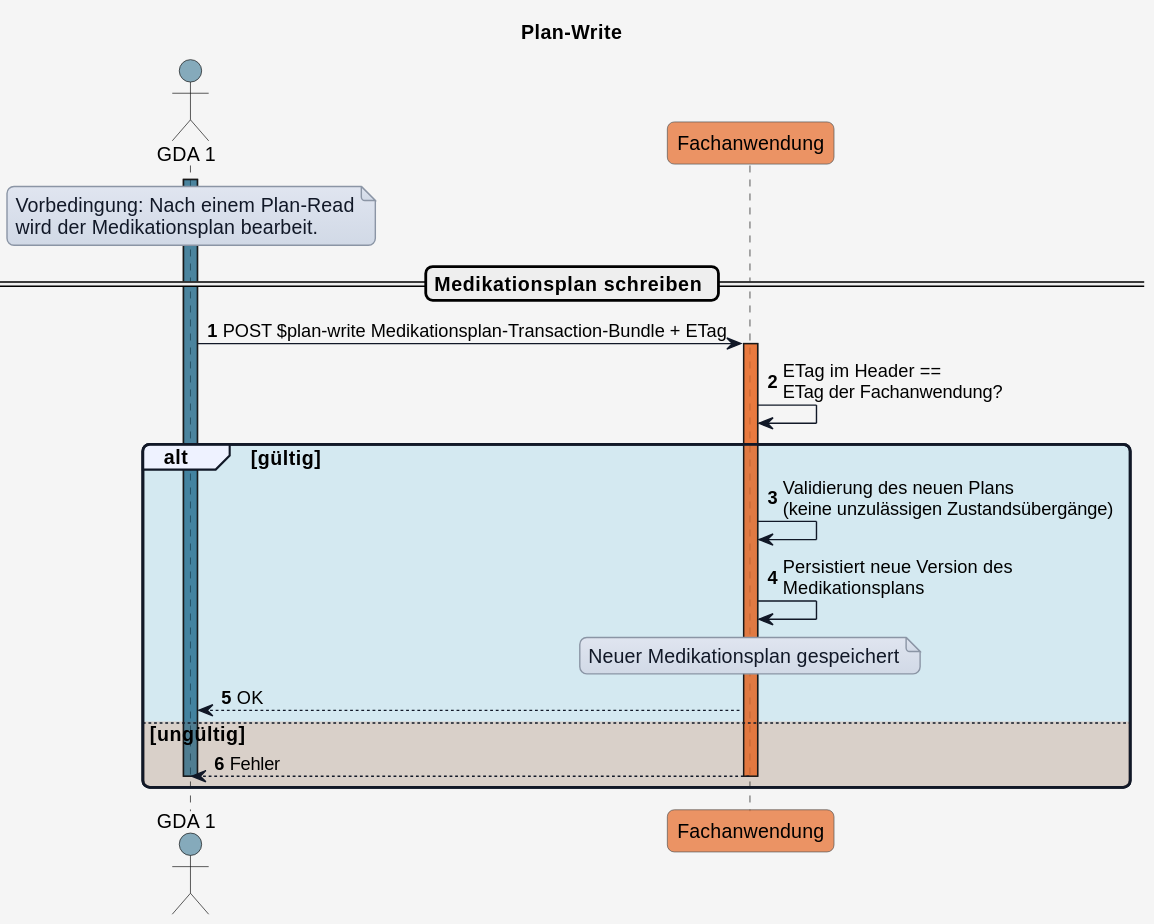
This is input/images/plantuml/interaction_listwrite.svg from HL7Austria/ELGA-Core-R4, a PlantUML export, as it was before one commit. Source of this version:
```plantuml
@startuml
title Plan-Write


skinparam borderColor #000000
skinparam backgroundColor #f5f5f5
skinparam shadowing false
skinparam roundCorner 10
skinparam defaultFontName "Arial"
skinparam defaultFontSize 14
skinparam defaultFontColor #000000
skinparam HyperlinkColor #0000EE
skinparam HyperlinkUnderline false
skinparam BoxPadding 20
skinparam BoxBorderColor #555555

skinparam note {
  BackgroundColor #e0e5f0-#d1d9e6
  BorderColor #8b95a5
  BorderThickness 1
  RoundCorner 0
  Padding 6
  FontColor #111827
  Shadowing false
}

skinparam sequence {
  ParticipantBorderColor #555555
  ParticipantBackgroundColor #ffffff
  ParticipantFontColor #000000
  ParticipantFontSize 14
  ParticipantPadding 20
  ArrowColor #111827
  ArrowThickness 1
  ArrowFontColor #000000
  ArrowFontSize 13
  GroupBorderColor #111827
  GroupBackgroundColor #eef2ff
  GroupBorderThickness 2
}

!define COLOR_GDA_1    #15608280
!define COLOR_GDA_2    #96607D80
!define COLOR_PATIENT  #196B2480
!define COLOR_APO      #0F9ED590
!define COLOR_ELGA_FA  #e97232bd
!define COLOR_E_REZEPT #cd3732a9

!define COLOR_OK       #0F9ED525
!define COLOR_ERROR    #E9713235

actor GDA_1 as "GDA 1" COLOR_GDA_1
participant elga_FA as "Fachanwendung" COLOR_ELGA_FA


autonumber

activate GDA_1 COLOR_GDA_1

note over GDA_1
Vorbedingung: Nach einem Plan-Read
wird der Medikationsplan bearbeit.
end note

== Medikationsplan schreiben ==

GDA_1 -> elga_FA: POST $plan-write Medikationsplan-Transaction-Bundle + ETag

activate elga_FA COLOR_ELGA_FA
elga_FA -> elga_FA: ETag im Header ==\nETag der Fachanwendung?

alt COLOR_OK gültig
  elga_FA -> elga_FA: Validierung des neuen Plans\n(keine unzulässigen Zustandsübergänge)
  elga_FA -> elga_FA: Persistiert neue Version des\nMedikationsplans

  note over elga_FA
  Neuer Medikationsplan gespeichert
  end note

  elga_FA --> GDA_1: OK

else COLOR_ERROR ungültig

  elga_FA --> GDA_1: Fehler

  deactivate GDA_1
  deactivate elga_FA
end
@enduml
```
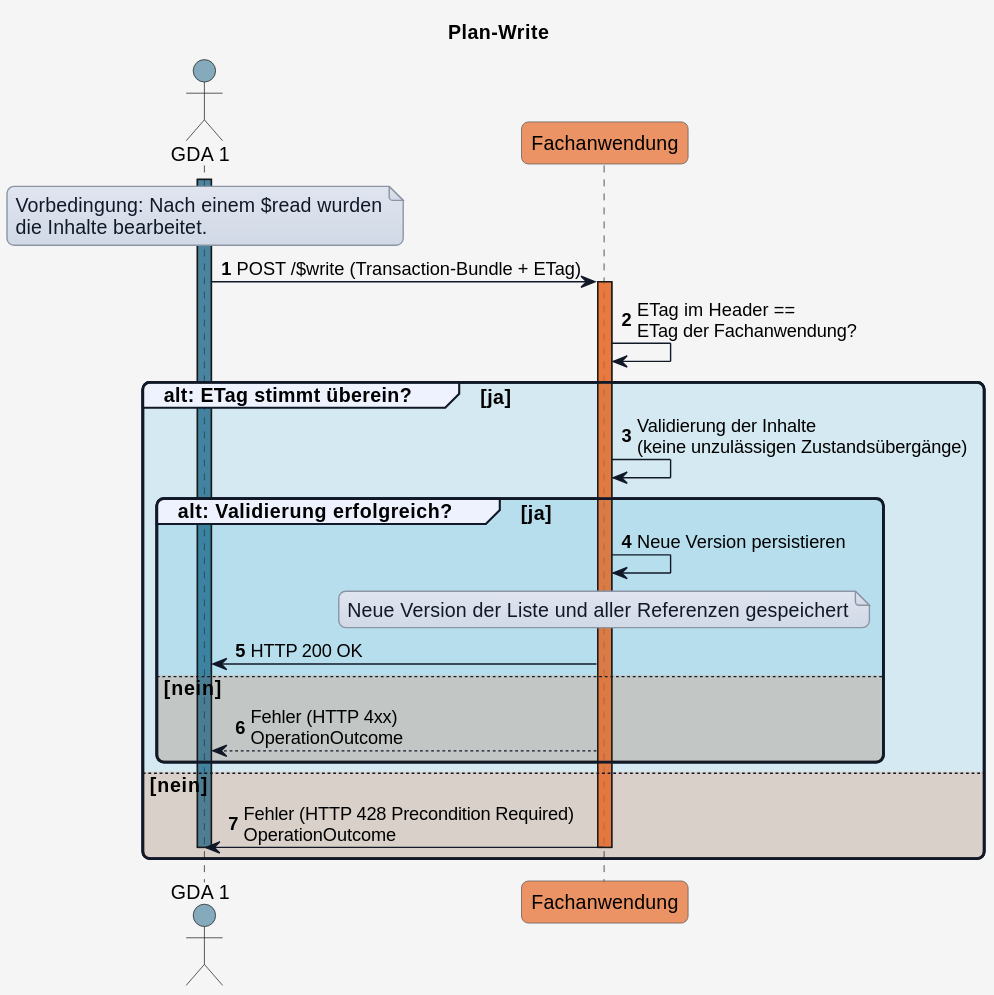
The same diagram one commit later.

The edit, as a diff of the source:
```diff
@@ -43,14 +43,14 @@
 !define COLOR_GDA_2    #96607D80
 !define COLOR_PATIENT  #196B2480
 !define COLOR_APO      #0F9ED590
-!define COLOR_ELGA_FA  #e97232bd
+!define COLOR_FA  #e97232bd
 !define COLOR_E_REZEPT #cd3732a9
 
 !define COLOR_OK       #0F9ED525
 !define COLOR_ERROR    #E9713235
 
 actor GDA_1 as "GDA 1" COLOR_GDA_1
-participant elga_FA as "Fachanwendung" COLOR_ELGA_FA
+participant FA as "Fachanwendung" COLOR_FA
 
 
 autonumber
@@ -58,32 +58,40 @@
 activate GDA_1 COLOR_GDA_1
 
 note over GDA_1
-Vorbedingung: Nach einem Plan-Read
-wird der Medikationsplan bearbeit.
+Vorbedingung: Nach einem $read wurden
+die Inhalte bearbeitet.
 end note
 
-== Medikationsplan schreiben ==
+GDA_1 -> FA: POST /$write (Transaction-Bundle + ETag)
 
-GDA_1 -> elga_FA: POST $plan-write Medikationsplan-Transaction-Bundle + ETag
+activate FA COLOR_FA
+FA -> FA: ETag im Header ==\nETag der Fachanwendung?
 
-activate elga_FA COLOR_ELGA_FA
-elga_FA -> elga_FA: ETag im Header ==\nETag der Fachanwendung?
+group COLOR_OK alt: ETag stimmt überein? [ja]
 
-alt COLOR_OK gültig
-  elga_FA -> elga_FA: Validierung des neuen Plans\n(keine unzulässigen Zustandsübergänge)
-  elga_FA -> elga_FA: Persistiert neue Version des\nMedikationsplans
+  FA -> FA: Validierung der Inhalte\n(keine unzulässigen Zustandsübergänge)
 
-  note over elga_FA
-  Neuer Medikationsplan gespeichert
-  end note
+  group COLOR_OK alt: Validierung erfolgreich? [ja]
 
-  elga_FA --> GDA_1: OK
+    FA -> FA: Neue Version persistieren
 
-else COLOR_ERROR ungültig
+    note over FA
+    Neue Version der Liste und aller Referenzen gespeichert
+    end note
 
-  elga_FA --> GDA_1: Fehler
+    FA -> GDA_1: HTTP 200 OK
 
+  else COLOR_ERROR nein
+
+    FA --> GDA_1: Fehler (HTTP 4xx)\nOperationOutcome
+
+  end
+
+else COLOR_ERROR nein
+
+  FA -> GDA_1: Fehler (HTTP 428 Precondition Required)\nOperationOutcome
   deactivate GDA_1
-  deactivate elga_FA
+  deactivate FA
+
 end
 @enduml
```
